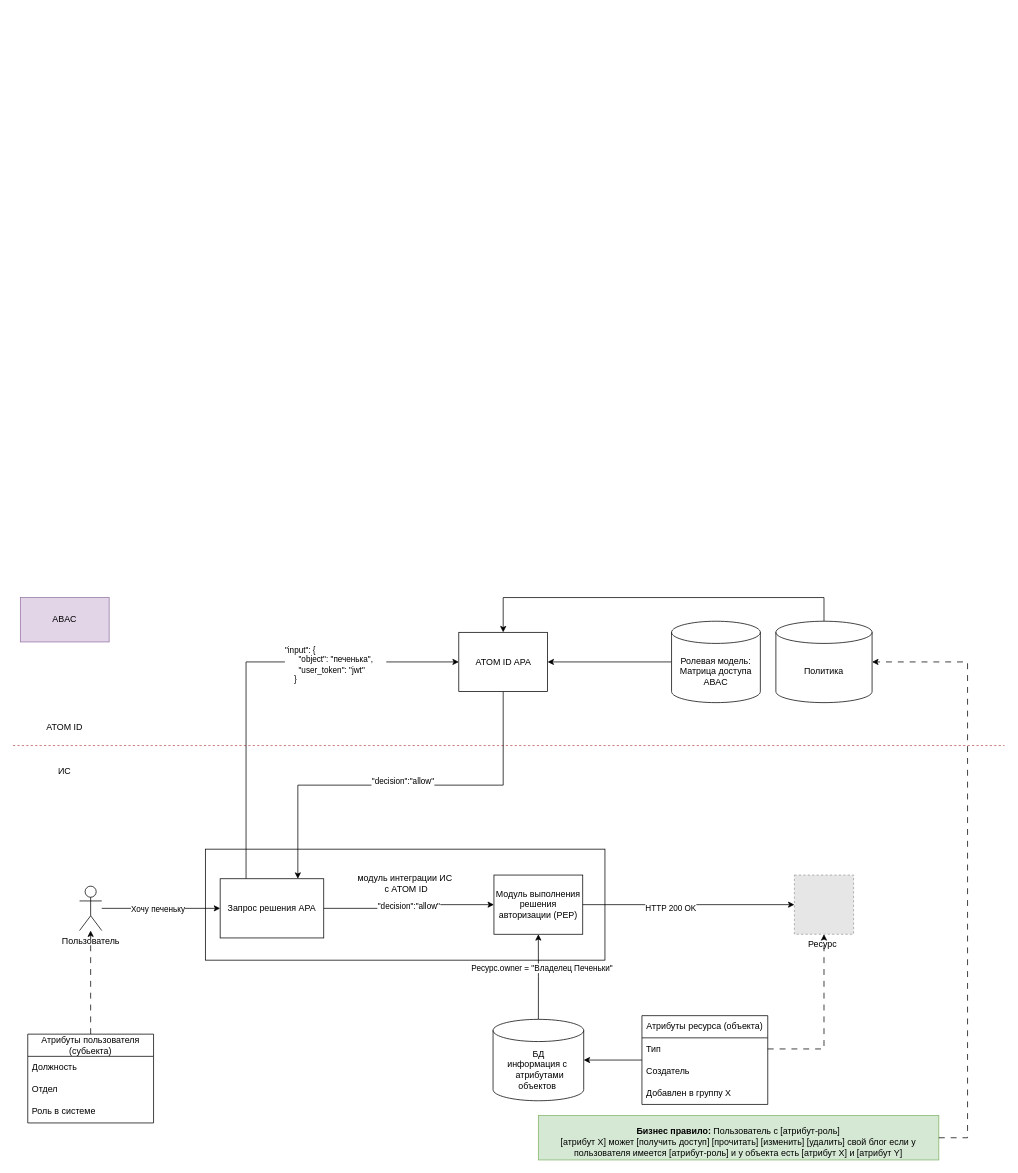
The draw.io diagram page "АРХ.AUTHZ.ABAC1" (3 of 5) of AppSec/Арх.паттерны.drawio in FIR-UIII/notes, before the edit. Source tidied: cells renumbered, new cells numbered last; positions are measured from the earlier drawing's top-left corner, leaving out a move shared by most shapes. Both pictures are drawn from the tidied source at 74%, with x=0, y=0 at pixel (13, 597). Pictures stored in the file or linked from it are replaced by grey dashed boxes.
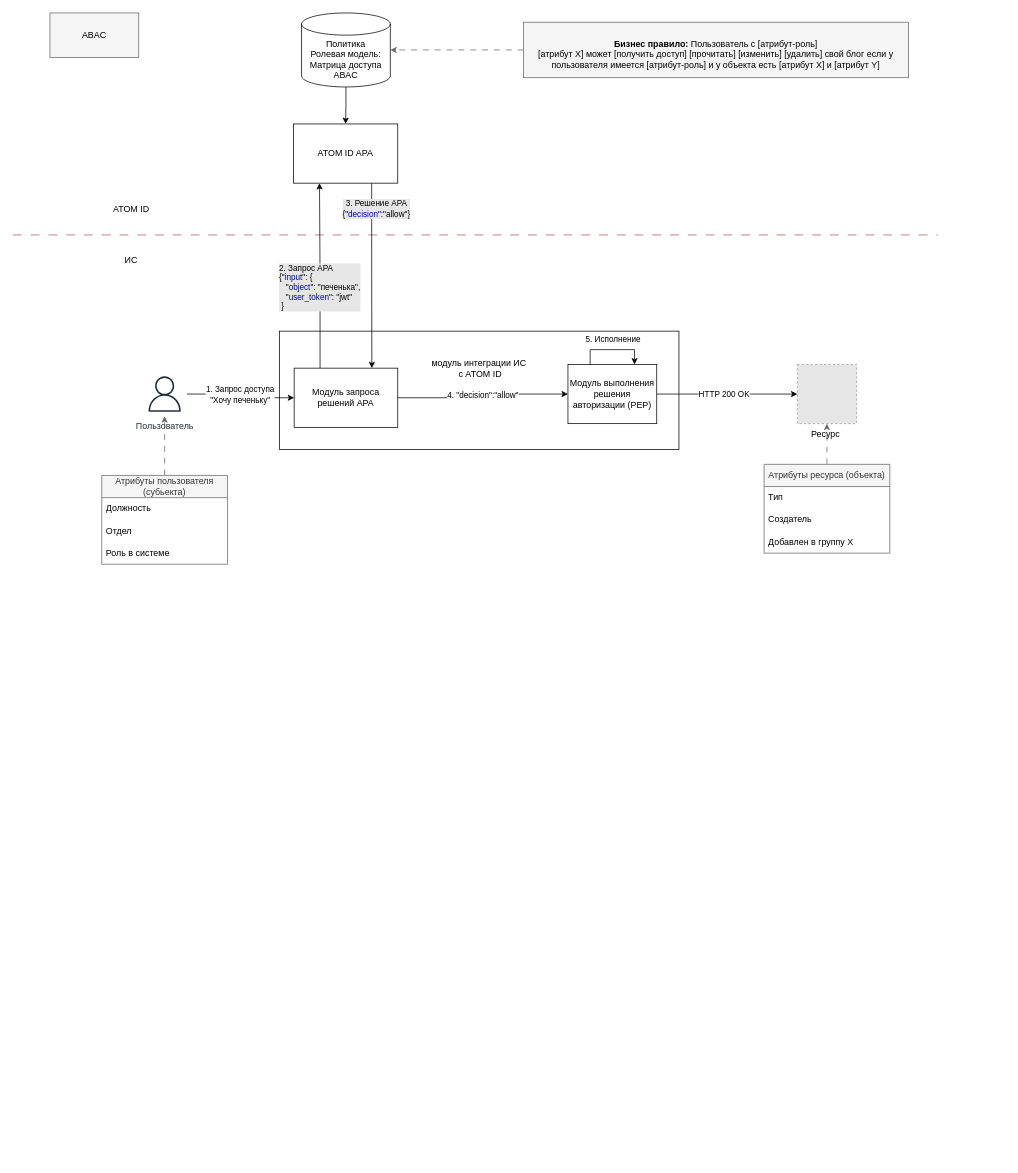
The same diagram, later.

The change refers to these unchanged cells:
```xml
<mxCell id="14" style="edgeStyle=orthogonalEdgeStyle;rounded=0;jettySize=auto;html=1;exitX=1;exitY=0.5;exitDx=0;exitDy=0;entryX=0;entryY=0.5;entryDx=0;entryDy=0;" parent="1" edge="1" source="7" target="16">
  <mxGeometry relative="1" as="geometry" />
</mxCell>
<mxCell id="25" value="Тип" style="text;strokeColor=none;fillColor=none;align=left;verticalAlign=middle;spacingLeft=4;spacingRight=4;overflow=hidden;points=[[0,0.5],[1,0.5]];portConstraint=eastwest;whiteSpace=wrap;html=1;" parent="24" vertex="1">
  <mxGeometry y="30" width="170" height="30" as="geometry" />
</mxCell>
```

The edit, as a diff of the source:
```diff
@@
-    <mxCell id="2" value="модуль интеграции ИС&lt;br&gt;&amp;nbsp;с ATOM ID&lt;br&gt;&lt;br&gt;&lt;br&gt;&lt;br&gt;&lt;div&gt;&lt;br/&gt;&lt;/div&gt;" style="rounded=0;whiteSpace=wrap;html=1;" parent="1" vertex="1">
-      <mxGeometry x="260" y="340" width="540" height="150" as="geometry" />
+    <mxCell id="2" value="модуль интеграции ИС&lt;br&gt;&amp;nbsp;с ATOM ID&lt;br&gt;&lt;br&gt;&lt;br&gt;&lt;br&gt;&lt;div&gt;&lt;br&gt;&lt;/div&gt;" style="rounded=0;whiteSpace=wrap;html=1;" parent="1" vertex="1">
+      <mxGeometry x="360" y="-360" width="540" height="160" as="geometry" />
     </mxCell>
-    <mxCell id="3" style="edgeStyle=orthogonalEdgeStyle;rounded=0;jettySize=auto;html=1;entryX=1;entryY=0.5;entryDx=0;entryDy=0;entryPerimeter=0;" parent="1" edge="1" source="24" target="31">
-      <mxGeometry relative="1" as="geometry" />
-    </mxCell>
-    <mxCell id="4" style="endArrow=none;dashed=1;html=1;rounded=0;fillColor=#f8cecc;strokeColor=#b85450;" parent="1" edge="1">
-      <mxGeometry relative="1" as="geometry">
-        <mxPoint y="200" as="sourcePoint" />
-        <mxPoint x="1340" y="200" as="targetPoint" />
-      </mxGeometry>
-    </mxCell>
-    <mxCell id="5" style="edgeStyle=orthogonalEdgeStyle;rounded=0;jettySize=auto;html=1;entryX=0;entryY=0.5;entryDx=0;entryDy=0;exitX=0.25;exitY=0;exitDx=0;exitDy=0;" parent="1" edge="1" source="32" target="10">
-      <mxGeometry relative="1" as="geometry" />
-    </mxCell>
-    <mxCell id="6" value="&lt;span style=&quot;&quot;&gt;&quot;input&quot;: { &amp;nbsp; &amp;nbsp; &amp;nbsp;&lt;/span&gt;&lt;br style=&quot;&quot;&gt;&lt;span style=&quot;&quot;&gt;&amp;nbsp; &amp;nbsp; &amp;nbsp; &quot;object&quot;: &quot;печенька&quot;,&amp;nbsp; &amp;nbsp; &amp;nbsp;&amp;nbsp;&lt;/span&gt;&lt;br style=&quot;&quot;&gt;&lt;span style=&quot;&quot;&gt;&amp;nbsp; &amp;nbsp; &amp;nbsp; &quot;user_token&quot;: &quot;jwt&quot;&lt;/span&gt;&lt;br style=&quot;&quot;&gt;&lt;span style=&quot;&quot;&gt;&amp;nbsp; &amp;nbsp; }&lt;/span&gt;" style="edgeLabel;html=1;align=left;verticalAlign=middle;fontFamily=Helvetica;fontSize=11;fontColor=default;labelBackgroundColor=default;fillColor=none;gradientColor=none;" parent="5" vertex="1">
-      <mxGeometry x="0.37" y="-3" relative="1" as="geometry">
-        <mxPoint x="-54" as="offset" />
-      </mxGeometry>
-    </mxCell>
+    <mxCell id="41" style="endArrow=none;dashed=1;html=1;rounded=0;fillColor=#f8cecc;strokeColor=#b85450;dashPattern=12 12;" parent="1" edge="1">
+      <mxGeometry relative="1" as="geometry">
+        <mxPoint y="-490" as="sourcePoint" />
+        <mxPoint x="1250" y="-490" as="targetPoint" />
+      </mxGeometry>
+    </mxCell>
+    <mxCell id="42" style="edgeStyle=orthogonalEdgeStyle;rounded=0;jettySize=auto;html=1;entryX=0.25;entryY=1;entryDx=0;entryDy=0;exitX=0.25;exitY=0;exitDx=0;exitDy=0;" parent="1" edge="1" source="49" target="10">
+      <mxGeometry relative="1" as="geometry" />
+    </mxCell>
+    <mxCell id="43" value="&lt;div style=&quot;color: rgb(59, 59, 59); font-family: Consolas, &amp;quot;Courier New&amp;quot;, monospace; font-size: 14px; line-height: 19px; white-space-collapse: preserve;&quot;&gt;&lt;br&gt;&lt;/div&gt;" style="edgeLabel;html=1;align=center;verticalAlign=middle;" parent="42" vertex="1">
+      <mxGeometry x="-0.15" relative="1" as="geometry">
+        <mxPoint x="145" y="-38" as="offset" />
+      </mxGeometry>
+    </mxCell>
+    <mxCell id="44" value="2. Запрос APA&lt;div&gt;{&quot;&lt;font style=&quot;color: rgb(0, 0, 204);&quot;&gt;input&lt;/font&gt;&quot;: { &amp;nbsp; &amp;nbsp; &amp;nbsp; &lt;br&gt;&amp;nbsp; &amp;nbsp;&quot;&lt;font style=&quot;color: rgb(0, 0, 204);&quot;&gt;object&lt;/font&gt;&quot;: &quot;печенька&quot;,&lt;br&gt;&amp;nbsp; &amp;nbsp;&quot;&lt;font style=&quot;color: rgb(0, 0, 204);&quot;&gt;user_token&lt;/font&gt;&quot;: &quot;jwt&quot;&lt;br&gt;&amp;nbsp;}&lt;/div&gt;" style="edgeLabel;html=1;align=left;verticalAlign=middle;spacing=0;labelBackgroundColor=#E6E6E6;" parent="42" vertex="1">
+      <mxGeometry x="0.32" relative="1" as="geometry">
+        <mxPoint x="-54" y="55" as="offset" />
+      </mxGeometry>
+    </mxCell>
     <mxCell id="7" value="Модуль выполнения решения авторизации (&lt;span style=&quot;background-color: initial;&quot;&gt;PEP)&lt;/span&gt;" style="rounded=0;whiteSpace=wrap;html=1;" parent="1" vertex="1">
-      <mxGeometry x="650" y="375" width="120" height="80" as="geometry" />
+      <mxGeometry x="750" y="-315" width="120" height="80" as="geometry" />
     </mxCell>
-    <mxCell id="8" style="edgeStyle=orthogonalEdgeStyle;rounded=0;jettySize=auto;html=1;exitX=0.5;exitY=1;exitDx=0;exitDy=0;entryX=0.75;entryY=0;entryDx=0;entryDy=0;" parent="1" edge="1" source="10" target="32">
-      <mxGeometry relative="1" as="geometry" />
-    </mxCell>
-    <mxCell id="9" value="&quot;decision&quot;:&quot;allow&quot;" style="edgeLabel;html=1;align=center;verticalAlign=middle;labelBackgroundColor=default;" parent="8" vertex="1">
-      <mxGeometry x="0.16" relative="1" as="geometry">
-        <mxPoint x="45" y="-5" as="offset" />
-      </mxGeometry>
-    </mxCell>
+    <mxCell id="45" style="edgeStyle=orthogonalEdgeStyle;rounded=0;jettySize=auto;html=1;exitX=0.75;exitY=1;exitDx=0;exitDy=0;entryX=0.75;entryY=0;entryDx=0;entryDy=0;" parent="1" edge="1" source="10" target="49">
+      <mxGeometry relative="1" as="geometry" />
+    </mxCell>
+    <mxCell id="46" value="3. Решение APA&lt;div&gt;{&quot;&lt;font style=&quot;color: rgb(0, 0, 204);&quot;&gt;decision&lt;/font&gt;&quot;:&quot;allow&quot;}&lt;/div&gt;" style="edgeLabel;html=1;align=center;verticalAlign=middle;labelBackgroundColor=#E6E6E6;" parent="45" vertex="1">
+      <mxGeometry x="0.16" relative="1" as="geometry">
+        <mxPoint x="5" y="-110" as="offset" />
+      </mxGeometry>
+    </mxCell>
     <mxCell id="10" value="ATOM ID APA" style="rounded=0;whiteSpace=wrap;html=1;" parent="1" vertex="1">
-      <mxGeometry x="602.5" y="47" width="120" height="80" as="geometry" />
+      <mxGeometry x="379" y="-640" width="141" height="80" as="geometry" />
     </mxCell>
-    <mxCell id="11" style="edgeStyle=orthogonalEdgeStyle;rounded=0;jettySize=auto;html=1;entryX=0;entryY=0.5;entryDx=0;entryDy=0;" parent="1" edge="1" source="13" target="32">
-      <mxGeometry relative="1" as="geometry" />
-    </mxCell>
-    <mxCell id="12" value="Хочу печеньку" style="edgeLabel;html=1;align=center;verticalAlign=middle;" parent="11" vertex="1">
-      <mxGeometry x="-0.16" y="-1" relative="1" as="geometry">
-        <mxPoint x="8" y="-1" as="offset" />
-      </mxGeometry>
-    </mxCell>
-    <mxCell id="13" value="Пользователь" style="shape=umlActor;verticalLabelPosition=bottom;verticalAlign=top;html=1;outlineConnect=0;" parent="1" vertex="1">
-      <mxGeometry x="90" y="390" width="30" height="60" as="geometry" />
-    </mxCell>
+    <mxCell id="47" style="edgeStyle=orthogonalEdgeStyle;rounded=0;jettySize=auto;html=1;entryX=0;entryY=0.5;entryDx=0;entryDy=0;" parent="1" edge="1" source="13" target="49">
+      <mxGeometry relative="1" as="geometry" />
+    </mxCell>
+    <mxCell id="48" value="1. Запрос доступа&lt;div&gt;&quot;Хочу печеньку&quot;&lt;/div&gt;" style="edgeLabel;html=1;align=center;verticalAlign=middle;" parent="47" vertex="1">
+      <mxGeometry x="-0.16" y="-1" relative="1" as="geometry">
+        <mxPoint x="8" y="-1" as="offset" />
+      </mxGeometry>
+    </mxCell>
@@
     <mxCell id="15" value="HTTP 200 OK" style="edgeLabel;html=1;align=center;verticalAlign=middle;" parent="14" vertex="1">
       <mxGeometry x="-0.18" y="-4" relative="1" as="geometry">
-        <mxPoint x="1" as="offset" />
+        <mxPoint x="12" y="-4" as="offset" />
       </mxGeometry>
     </mxCell>
     <mxCell id="16" value="Ресурс " style="fillColor=#E6E6E6;strokeColor=#999999;dashed=1;verticalLabelPosition=bottom;labelBackgroundColor=default;verticalAlign=top;" parent="1" vertex="1">
-      <mxGeometry x="1056" y="375" width="80" height="80" as="geometry" />
+      <mxGeometry x="1060" y="-315" width="80" height="80" as="geometry" />
     </mxCell>
-    <mxCell id="17" style="edgeStyle=orthogonalEdgeStyle;rounded=0;jettySize=auto;html=1;exitX=0;exitY=0.5;exitDx=0;exitDy=0;exitPerimeter=0;entryX=1;entryY=0.5;entryDx=0;entryDy=0;" parent="1" edge="1" source="18" target="10">
-      <mxGeometry relative="1" as="geometry" />
-    </mxCell>
-    <mxCell id="18" value="Ролевая модель:&lt;br&gt;Матрица доступа ABAC" style="shape=cylinder3;whiteSpace=wrap;html=1;boundedLbl=1;backgroundOutline=1;size=15;" parent="1" vertex="1">
-      <mxGeometry x="890" y="32" width="120" height="110" as="geometry" />
-    </mxCell>
-    <mxCell id="19" style="edgeStyle=orthogonalEdgeStyle;rounded=0;jettySize=auto;html=1;dashed=1;dashPattern=8 8;" parent="1" edge="1" source="20" target="13">
+    <mxCell id="19" style="edgeStyle=orthogonalEdgeStyle;rounded=0;jettySize=auto;html=1;dashed=1;dashPattern=8 8;fillColor=#f5f5f5;strokeColor=#666666;exitX=0.5;exitY=0;exitDx=0;exitDy=0;" parent="1" edge="1" source="20" target="13">
       <mxGeometry relative="1" as="geometry" />
     </mxCell>
+    <mxCell id="28" value="ATOM ID" style="text;html=1;align=center;verticalAlign=middle;whiteSpace=wrap;rounded=0;" parent="1" vertex="1">
+      <mxGeometry x="130" y="-540" width="60" height="30" as="geometry" />
+    </mxCell>
+    <mxCell id="49" value="Модуль запроса решений APA" style="rounded=0;whiteSpace=wrap;html=1;" parent="1" vertex="1">
+      <mxGeometry x="380" y="-310" width="140" height="80" as="geometry" />
+    </mxCell>
+    <mxCell id="50" value="4. &quot;decision&quot;:&quot;allow&quot;" style="edgeStyle=orthogonalEdgeStyle;rounded=0;jettySize=auto;html=1;entryX=0;entryY=0.5;entryDx=0;entryDy=0;exitX=1;exitY=0.5;exitDx=0;exitDy=0;" parent="1" edge="1" source="49" target="7">
+      <mxGeometry relative="1" as="geometry" />
+    </mxCell>
+    <mxCell id="36" value="ИС" style="text;html=1;align=center;verticalAlign=middle;whiteSpace=wrap;rounded=0;" parent="1" vertex="1">
+      <mxGeometry x="130" y="-470" width="60" height="30" as="geometry" />
+    </mxCell>
+    <mxCell id="34" value="&lt;span style=&quot;color: rgb(0, 0, 0);&quot;&gt;ABAC&lt;/span&gt;" style="rounded=0;whiteSpace=wrap;html=1;fillColor=#f5f5f5;strokeColor=#666666;fontColor=#333333;" parent="1" vertex="1">
+      <mxGeometry x="50" y="-790" width="120" height="60" as="geometry" />
+    </mxCell>
+    <mxCell id="51" style="edgeStyle=orthogonalEdgeStyle;rounded=0;jettySize=auto;html=1;entryX=0.5;entryY=1;entryDx=0;entryDy=0;dashed=1;dashPattern=8 8;fillColor=#f5f5f5;strokeColor=#666666;exitX=0.5;exitY=0;exitDx=0;exitDy=0;" parent="1" edge="1" source="24" target="16">
+      <mxGeometry relative="1" as="geometry" />
+    </mxCell>
+    <mxCell id="52" style="edgeStyle=orthogonalEdgeStyle;rounded=0;jettySize=auto;html=1;entryX=0.5;entryY=0;entryDx=0;entryDy=0;" parent="1" edge="1" source="53" target="10">
+      <mxGeometry relative="1" as="geometry" />
+    </mxCell>
+    <mxCell id="53" value="Политика&lt;div&gt;Ролевая модель:&lt;br&gt;Матрица доступа ABAC&lt;/div&gt;" style="shape=cylinder3;whiteSpace=wrap;html=1;boundedLbl=1;backgroundOutline=1;size=15;" parent="1" vertex="1">
+      <mxGeometry x="390" y="-790" width="120" height="100" as="geometry" />
+    </mxCell>
+    <mxCell id="39" value="&lt;p style=&quot;margin-bottom:0cm;margin-bottom:.0001pt;line-height:&amp;lt;br/&amp;gt;normal&quot; class=&quot;MsoNormal&quot;&gt;&lt;span style=&quot;color: rgb(0, 0, 0); font-size: 9pt;&quot;&gt;&lt;b&gt;Бизнес правило:&lt;/b&gt;&amp;nbsp;Пользователь с [атрибут-роль]&lt;br&gt;[атрибут X] может [получить доступ] [прочитать] [изменить] [удалить] свой блог если у&lt;br&gt;пользователя имеется&amp;nbsp;&lt;/span&gt;&lt;span style=&quot;color: rgb(0, 0, 0);&quot;&gt;[атрибут-роль] и&amp;nbsp;&lt;/span&gt;&lt;span style=&quot;color: rgb(0, 0, 0); font-size: 9pt;&quot;&gt;у объекта есть [атрибут X] и&amp;nbsp;&lt;/span&gt;&lt;span style=&quot;color: light-dark(rgb(0, 0, 0), rgb(255, 255, 255)); background-color: transparent;&quot;&gt;[атрибут Y]&lt;/span&gt;&lt;/p&gt;" style="rounded=0;whiteSpace=wrap;html=1;fillColor=#f5f5f5;strokeColor=#666666;fontColor=#333333;" parent="1" vertex="1">
+      <mxGeometry x="690" y="-777.5" width="520" height="75" as="geometry" />
+    </mxCell>
+    <mxCell id="13" value="Пользователь" style="sketch=0;outlineConnect=0;fontColor=#232F3E;gradientColor=none;strokeColor=#232F3E;fillColor=#ffffff;dashed=0;verticalLabelPosition=bottom;verticalAlign=top;align=center;html=1;fontSize=12;fontStyle=0;shape=mxgraph.aws4.resourceIcon;resIcon=mxgraph.aws4.user;" parent="1" vertex="1">
+      <mxGeometry x="175" y="-305" width="60" height="60" as="geometry" />
+    </mxCell>
+    <mxCell id="54" style="edgeStyle=orthogonalEdgeStyle;rounded=0;orthogonalLoop=1;jettySize=auto;html=1;exitX=0.25;exitY=0;exitDx=0;exitDy=0;entryX=0.75;entryY=0;entryDx=0;entryDy=0;" parent="1" edge="1" source="7" target="7">
+      <mxGeometry relative="1" as="geometry">
+        <Array as="points">
+          <mxPoint x="780" y="-335" />
+          <mxPoint x="840" y="-335" />
+        </Array>
+      </mxGeometry>
+    </mxCell>
+    <mxCell id="55" value="5. Исполнение" style="edgeLabel;html=1;align=center;verticalAlign=middle;" parent="54" vertex="1">
+      <mxGeometry x="-0.03" y="1" relative="1" as="geometry">
+        <mxPoint x="1" y="-14" as="offset" />
+      </mxGeometry>
+    </mxCell>
+    <mxCell id="56" style="edgeStyle=orthogonalEdgeStyle;rounded=0;jettySize=auto;html=1;entryX=1;entryY=0.5;entryDx=0;entryDy=0;entryPerimeter=0;fillColor=#f5f5f5;strokeColor=#666666;dashed=1;dashPattern=8 8;" parent="1" edge="1" source="39" target="53">
+      <mxGeometry relative="1" as="geometry" />
+    </mxCell>
-    <mxCell id="20" value="Атрибуты пользователя (субьекта)" style="swimlane;fontStyle=0;horizontal=1;startSize=30;whiteSpace=wrap;html=1;" parent="1" vertex="1">
-      <mxGeometry x="20" y="590" width="170" height="120" as="geometry" />
+    <mxCell id="20" value="Атрибуты пользователя (субьекта)" style="swimlane;fontStyle=0;horizontal=1;startSize=30;whiteSpace=wrap;html=1;fillColor=#f5f5f5;fontColor=#333333;strokeColor=#666666;" parent="1" vertex="1">
+      <mxGeometry x="120" y="-165" width="170" height="120" as="geometry" />
     </mxCell>
@@
-    <mxCell id="24" value="Атрибуты ресурса (объекта)" style="swimlane;fontStyle=0;horizontal=1;startSize=30;whiteSpace=wrap;html=1;" parent="1" vertex="1">
-      <mxGeometry x="850" y="565" width="170" height="120" as="geometry" />
+    <mxCell id="24" value="Атрибуты ресурса (объекта)" style="swimlane;fontStyle=0;horizontal=1;startSize=30;whiteSpace=wrap;html=1;fillColor=#f5f5f5;fontColor=#333333;strokeColor=#666666;" parent="1" vertex="1">
+      <mxGeometry x="1015" y="-180" width="170" height="120" as="geometry" />
     </mxCell>
@@
-    <mxCell id="28" value="ATOM ID" style="text;html=1;align=center;verticalAlign=middle;whiteSpace=wrap;rounded=0;" parent="1" vertex="1">
-      <mxGeometry x="40" y="160" width="60" height="30" as="geometry" />
-    </mxCell>
-    <mxCell id="29" style="edgeStyle=orthogonalEdgeStyle;rounded=0;jettySize=auto;html=1;exitX=0.5;exitY=0;exitDx=0;exitDy=0;exitPerimeter=0;entryX=0.5;entryY=1;entryDx=0;entryDy=0;" parent="1" edge="1" source="31" target="7">
-      <mxGeometry relative="1" as="geometry" />
-    </mxCell>
-    <mxCell id="30" value="Ресурс.owner = &quot;Владелец Печеньки&quot;" style="edgeLabel;html=1;align=center;verticalAlign=middle;" parent="29" vertex="1">
-      <mxGeometry x="0.22" y="-4" relative="1" as="geometry" />
-    </mxCell>
-    <mxCell id="31" value="БД&lt;div&gt;информация c&amp;nbsp; &amp;nbsp;атрибутами объектов&amp;nbsp;&lt;/div&gt;" style="shape=cylinder3;whiteSpace=wrap;html=1;boundedLbl=1;backgroundOutline=1;size=15;" parent="1" vertex="1">
-      <mxGeometry x="648.8" y="570" width="122.5" height="110" as="geometry" />
-    </mxCell>
-    <mxCell id="32" value="Запрос решения APA" style="rounded=0;whiteSpace=wrap;html=1;" parent="1" vertex="1">
-      <mxGeometry x="280" y="380" width="140" height="80" as="geometry" />
-    </mxCell>
-    <mxCell id="33" value="&quot;decision&quot;:&quot;allow&quot;" style="edgeStyle=orthogonalEdgeStyle;rounded=0;jettySize=auto;html=1;entryX=0;entryY=0.5;entryDx=0;entryDy=0;exitX=1;exitY=0.5;exitDx=0;exitDy=0;" parent="1" edge="1" source="32" target="7">
-      <mxGeometry relative="1" as="geometry" />
-    </mxCell>
-    <mxCell id="34" value="ABAC" style="rounded=0;whiteSpace=wrap;html=1;fillColor=#e1d5e7;strokeColor=#9673a6;" parent="1" vertex="1">
-      <mxGeometry x="10" width="120" height="60" as="geometry" />
-    </mxCell>
-    <mxCell id="35" style="edgeStyle=orthogonalEdgeStyle;rounded=0;jettySize=auto;html=1;exitX=1;exitY=0.5;exitDx=0;exitDy=0;entryX=0.5;entryY=1;entryDx=0;entryDy=0;dashed=1;dashPattern=8 8;" parent="1" edge="1" source="25" target="16">
-      <mxGeometry relative="1" as="geometry" />
-    </mxCell>
-    <mxCell id="36" value="ИС" style="text;html=1;align=center;verticalAlign=middle;whiteSpace=wrap;rounded=0;" parent="1" vertex="1">
-      <mxGeometry x="40" y="220" width="60" height="30" as="geometry" />
-    </mxCell>
-    <mxCell id="37" style="edgeStyle=orthogonalEdgeStyle;rounded=0;jettySize=auto;html=1;entryX=0.5;entryY=0;entryDx=0;entryDy=0;" parent="1" edge="1" source="38" target="10">
-      <mxGeometry relative="1" as="geometry">
-        <Array as="points">
-          <mxPoint x="1096" />
-          <mxPoint x="663" />
-        </Array>
-      </mxGeometry>
-    </mxCell>
-    <mxCell id="38" value="Политика" style="shape=cylinder3;whiteSpace=wrap;html=1;boundedLbl=1;backgroundOutline=1;size=15;" parent="1" vertex="1">
-      <mxGeometry x="1031" y="32" width="130" height="110" as="geometry" />
-    </mxCell>
-    <mxCell id="39" value="&lt;p style=&quot;margin-bottom:0cm;margin-bottom:.0001pt;line-height:&amp;lt;br/&amp;gt;normal&quot; class=&quot;MsoNormal&quot;&gt;&lt;span style=&quot;font-size:9.0pt;mso-bidi-font-size:11.0pt&quot;&gt;&lt;b&gt;Бизнес правило:&lt;/b&gt; Пользователь с [атрибут-роль]&lt;br&gt;[атрибут X] может [получить доступ] [прочитать] [изменить] [удалить] свой блог если у&lt;br&gt;пользователя имеется&amp;nbsp;&lt;/span&gt;[атрибут-роль] и&amp;nbsp;&lt;span style=&quot;font-size:9.0pt;mso-bidi-font-size:11.0pt&quot;&gt;у объекта есть [атрибут X] и&amp;nbsp;&lt;/span&gt;&lt;span style=&quot;background-color: transparent; color: light-dark(rgb(0, 0, 0), rgb(255, 255, 255));&quot;&gt;[атрибут Y]&lt;/span&gt;&lt;/p&gt;" style="rounded=0;whiteSpace=wrap;html=1;fillColor=#d5e8d4;strokeColor=#82b366;" parent="1" vertex="1">
-      <mxGeometry x="710" y="700" width="541.2" height="60" as="geometry" />
-    </mxCell>
-    <mxCell id="40" style="edgeStyle=orthogonalEdgeStyle;rounded=0;jettySize=auto;html=1;entryX=1;entryY=0.5;entryDx=0;entryDy=0;entryPerimeter=0;dashed=1;dashPattern=8 8;exitX=1;exitY=0.5;exitDx=0;exitDy=0;" parent="1" edge="1" source="39" target="38">
-      <mxGeometry relative="1" as="geometry">
-        <Array as="points">
-          <mxPoint x="1290" y="730" />
-          <mxPoint x="1290" y="87" />
-        </Array>
-      </mxGeometry>
-    </mxCell>
```
